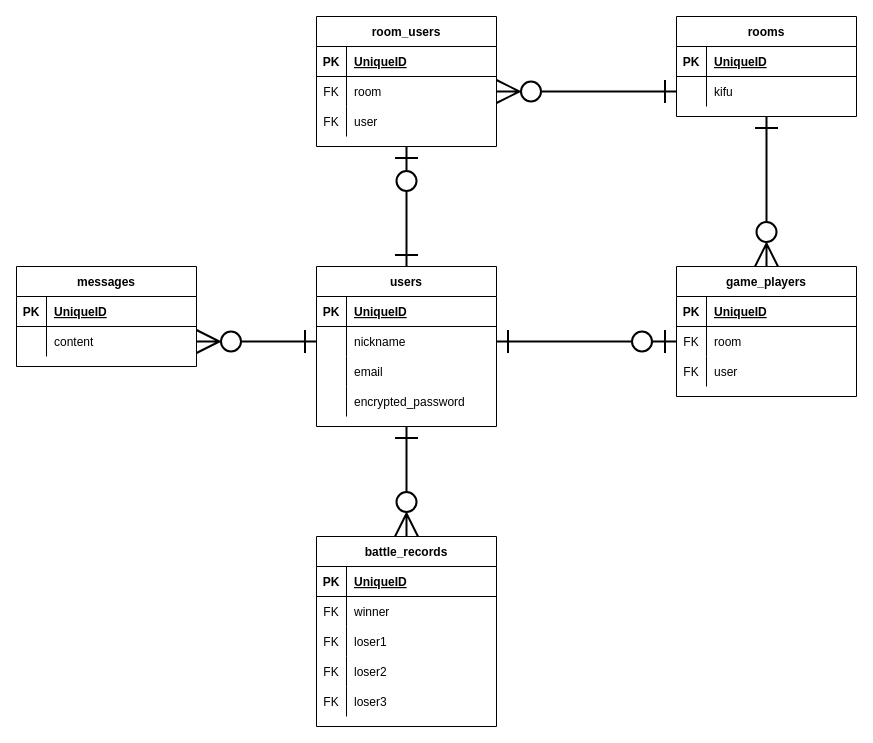
The draw.io diagram otrio.drawio in polotomato/otrio, before the edit. Source tidied: cells renumbered, new cells numbered last; positions are measured from the earlier drawing's top-left corner, leaving out a move shared by most shapes. Both pictures are drawn from the tidied source at 100%, with x=0, y=0 at pixel (16, 16).
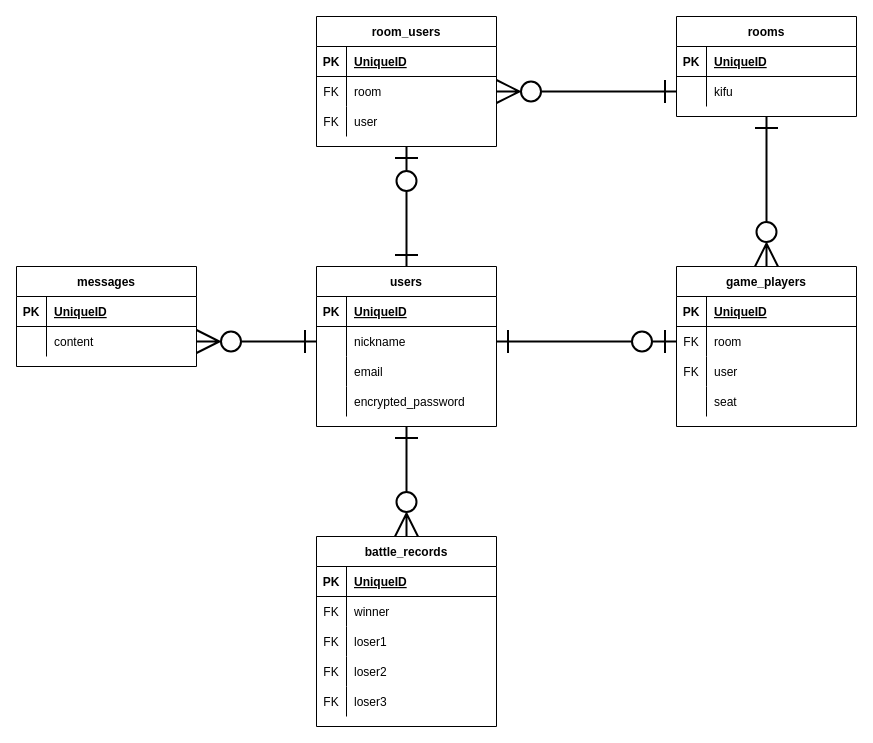
After the change.

Diff of the diagram source:
```diff
@@
     <mxCell id="24" value="game_players" style="shape=table;startSize=30;childLayout=tableLayout;rowLines=0;fontStyle=1;align=center;" parent="1" vertex="1">
-      <mxGeometry x="660" y="250" width="180" height="130" as="geometry" />
+      <mxGeometry x="660" y="250" width="180" height="160" as="geometry" />
     </mxCell>
@@
+    <mxCell id="71" style="shape=partialRectangle;fillColor=none;top=0;left=0;bottom=0;right=0;" parent="24" vertex="1">
+      <mxGeometry y="120" width="180" height="30" as="geometry" />
+    </mxCell>
+    <mxCell id="72" style="shape=partialRectangle;fillColor=none;top=0;left=0;bottom=0;right=0;overflow=hidden;" parent="71" vertex="1">
+      <mxGeometry width="30" height="30" as="geometry" />
+    </mxCell>
+    <mxCell id="73" value="seat" style="shape=partialRectangle;fillColor=none;top=0;left=0;bottom=0;right=0;align=left;spacingLeft=6;overflow=hidden;" parent="71" vertex="1">
+      <mxGeometry x="30" width="150" height="30" as="geometry" />
+    </mxCell>
```
